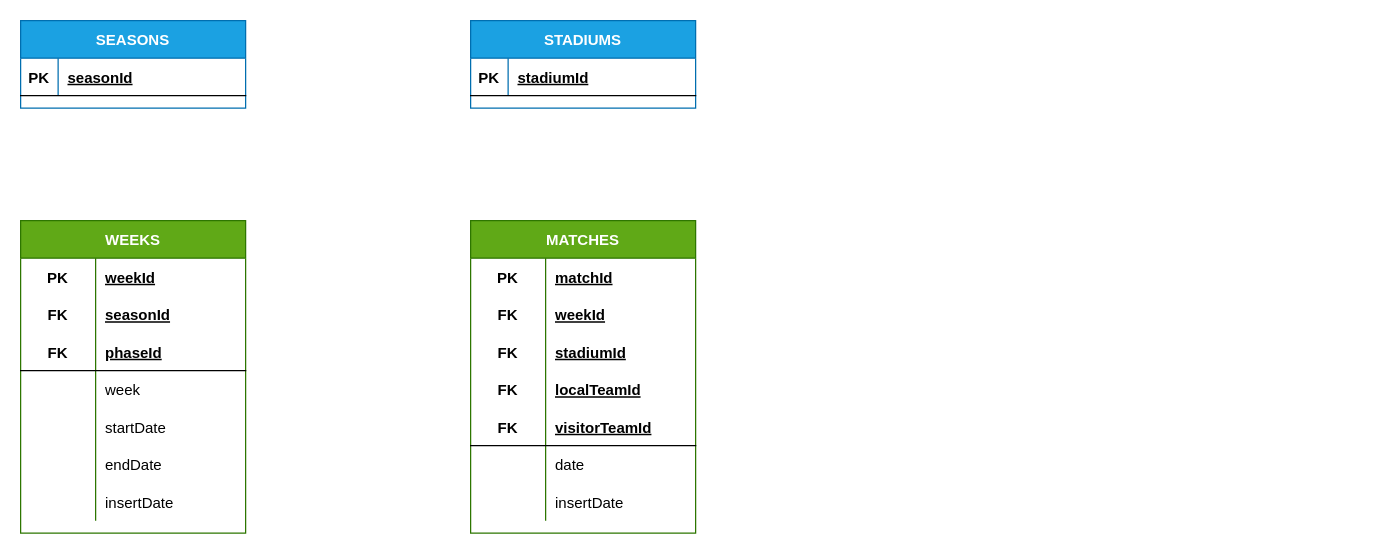
This is page "conceptual" (1 of 3) of qatar2022.drawio from r3card0/WorldCup2022, a draw.io file, before an edit. Source tidied: cells renumbered, new cells numbered last; positions are measured from the earlier drawing's top-left corner, leaving out a move shared by most shapes. Both pictures are drawn from the tidied source at 125%, with x=0, y=0 at pixel (20, 20).
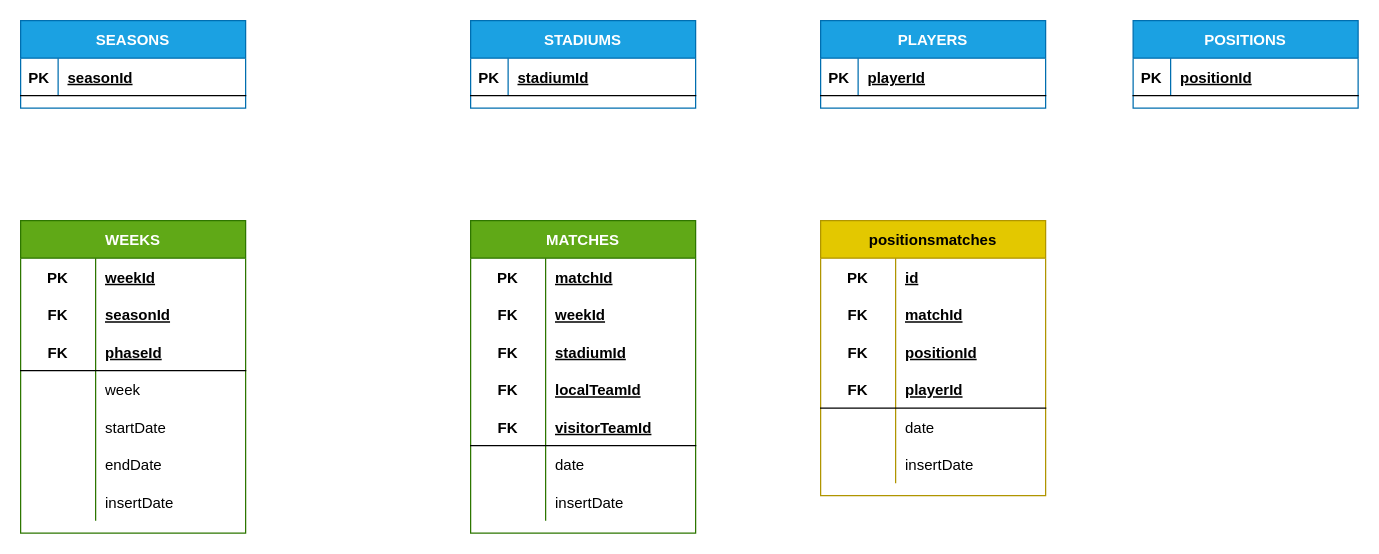
After the change.

Commit message:
added positions, players and positionsmatches

What changed in the source:
```diff
@@
+    <mxCell id="54" value="positionsmatches" style="shape=table;startSize=30;childLayout=tableLayout;rowLines=0;fontStyle=1;align=center;fillColor=#e3c800;fontColor=#000000;strokeColor=#B09500;" parent="1" vertex="1">
+      <mxGeometry x="640" y="160" width="180" height="220" as="geometry" />
+    </mxCell>
+    <mxCell id="55" style="shape=partialRectangle;fillColor=none;top=0;left=0;bottom=0;right=0;" parent="54" vertex="1">
+      <mxGeometry y="30" width="180" height="30" as="geometry" />
+    </mxCell>
+    <mxCell id="56" value="PK" style="shape=partialRectangle;fillColor=none;top=0;left=0;bottom=0;right=0;fontStyle=1;overflow=hidden;" parent="55" vertex="1">
+      <mxGeometry width="60" height="30" as="geometry" />
+    </mxCell>
+    <mxCell id="57" value="id" style="shape=partialRectangle;fillColor=none;top=0;left=0;bottom=0;right=0;align=left;spacingLeft=6;fontStyle=5;overflow=hidden;" parent="55" vertex="1">
+      <mxGeometry x="60" width="120" height="30" as="geometry" />
+    </mxCell>
+    <mxCell id="58" style="shape=partialRectangle;fillColor=none;top=0;left=0;bottom=0;right=0;" parent="54" vertex="1">
+      <mxGeometry y="60" width="180" height="30" as="geometry" />
+    </mxCell>
+    <mxCell id="59" value="FK" style="shape=partialRectangle;fillColor=none;top=0;left=0;bottom=0;right=0;fontStyle=1;overflow=hidden;" parent="58" vertex="1">
+      <mxGeometry width="60" height="30" as="geometry" />
+    </mxCell>
+    <mxCell id="60" value="matchId" style="shape=partialRectangle;fillColor=none;top=0;left=0;bottom=0;right=0;align=left;spacingLeft=6;fontStyle=5;overflow=hidden;" parent="58" vertex="1">
+      <mxGeometry x="60" width="120" height="30" as="geometry" />
+    </mxCell>
+    <mxCell id="61" style="shape=partialRectangle;fillColor=none;top=0;left=0;bottom=0;right=0;" parent="54" vertex="1">
+      <mxGeometry y="90" width="180" height="30" as="geometry" />
+    </mxCell>
+    <mxCell id="62" value="FK" style="shape=partialRectangle;fillColor=none;top=0;left=0;bottom=0;right=0;fontStyle=1;overflow=hidden;" parent="61" vertex="1">
+      <mxGeometry width="60" height="30" as="geometry" />
+    </mxCell>
+    <mxCell id="63" value="positionId" style="shape=partialRectangle;fillColor=none;top=0;left=0;bottom=0;right=0;align=left;spacingLeft=6;fontStyle=5;overflow=hidden;" parent="61" vertex="1">
+      <mxGeometry x="60" width="120" height="30" as="geometry" />
+    </mxCell>
+    <mxCell id="64" style="shape=partialRectangle;fillColor=none;top=0;left=0;bottom=1;right=0;" parent="54" vertex="1">
+      <mxGeometry y="120" width="180" height="30" as="geometry" />
+    </mxCell>
+    <mxCell id="65" value="FK" style="shape=partialRectangle;fillColor=none;top=0;left=0;bottom=0;right=0;fontStyle=1;overflow=hidden;" parent="64" vertex="1">
+      <mxGeometry width="60" height="30" as="geometry" />
+    </mxCell>
+    <mxCell id="66" value="playerId" style="shape=partialRectangle;fillColor=none;top=0;left=0;bottom=0;right=0;align=left;spacingLeft=6;fontStyle=5;overflow=hidden;" parent="64" vertex="1">
+      <mxGeometry x="60" width="120" height="30" as="geometry" />
+    </mxCell>
+    <mxCell id="67" style="shape=partialRectangle;fillColor=none;top=0;left=0;bottom=0;right=0;" parent="54" vertex="1">
+      <mxGeometry y="150" width="180" height="30" as="geometry" />
+    </mxCell>
+    <mxCell id="68" style="shape=partialRectangle;fillColor=none;top=0;left=0;bottom=0;right=0;overflow=hidden;" parent="67" vertex="1">
+      <mxGeometry width="60" height="30" as="geometry" />
+    </mxCell>
+    <mxCell id="69" value="date" style="shape=partialRectangle;fillColor=none;top=0;left=0;bottom=0;right=0;align=left;spacingLeft=6;overflow=hidden;" parent="67" vertex="1">
+      <mxGeometry x="60" width="120" height="30" as="geometry" />
+    </mxCell>
+    <mxCell id="70" style="shape=partialRectangle;fillColor=none;top=0;left=0;bottom=0;right=0;" parent="54" vertex="1">
+      <mxGeometry y="180" width="180" height="30" as="geometry" />
+    </mxCell>
+    <mxCell id="71" style="shape=partialRectangle;fillColor=none;top=0;left=0;bottom=0;right=0;overflow=hidden;" parent="70" vertex="1">
+      <mxGeometry width="60" height="30" as="geometry" />
+    </mxCell>
+    <mxCell id="72" value="insertDate" style="shape=partialRectangle;fillColor=none;top=0;left=0;bottom=0;right=0;align=left;spacingLeft=6;overflow=hidden;" parent="70" vertex="1">
+      <mxGeometry x="60" width="120" height="30" as="geometry" />
+    </mxCell>
+    <mxCell id="73" value="PLAYERS" style="shape=table;startSize=30;childLayout=tableLayout;rowLines=0;fontStyle=1;align=center;fillColor=#1ba1e2;fontColor=#ffffff;strokeColor=#006EAF;" parent="1" vertex="1">
+      <mxGeometry x="640" width="180" height="70" as="geometry" />
+    </mxCell>
+    <mxCell id="74" style="shape=partialRectangle;fillColor=none;top=0;left=0;bottom=1;right=0;" parent="73" vertex="1">
+      <mxGeometry y="30" width="180" height="30" as="geometry" />
+    </mxCell>
+    <mxCell id="75" value="PK" style="shape=partialRectangle;fillColor=none;top=0;left=0;bottom=0;right=0;fontStyle=1;overflow=hidden;" parent="74" vertex="1">
+      <mxGeometry width="30" height="30" as="geometry" />
+    </mxCell>
+    <mxCell id="76" value="playerId" style="shape=partialRectangle;fillColor=none;top=0;left=0;bottom=0;right=0;align=left;spacingLeft=6;fontStyle=5;overflow=hidden;" parent="74" vertex="1">
+      <mxGeometry x="30" width="150" height="30" as="geometry" />
+    </mxCell>
+    <mxCell id="77" value="POSITIONS" style="shape=table;startSize=30;childLayout=tableLayout;rowLines=0;fontStyle=1;align=center;fillColor=#1ba1e2;fontColor=#ffffff;strokeColor=#006EAF;" parent="1" vertex="1">
+      <mxGeometry x="890" width="180" height="70" as="geometry" />
+    </mxCell>
+    <mxCell id="78" style="shape=partialRectangle;fillColor=none;top=0;left=0;bottom=1;right=0;" parent="77" vertex="1">
+      <mxGeometry y="30" width="180" height="30" as="geometry" />
+    </mxCell>
+    <mxCell id="79" value="PK" style="shape=partialRectangle;fillColor=none;top=0;left=0;bottom=0;right=0;fontStyle=1;overflow=hidden;" parent="78" vertex="1">
+      <mxGeometry width="30" height="30" as="geometry" />
+    </mxCell>
+    <mxCell id="80" value="positionId" style="shape=partialRectangle;fillColor=none;top=0;left=0;bottom=0;right=0;align=left;spacingLeft=6;fontStyle=5;overflow=hidden;" parent="78" vertex="1">
+      <mxGeometry x="30" width="150" height="30" as="geometry" />
+    </mxCell>
```
